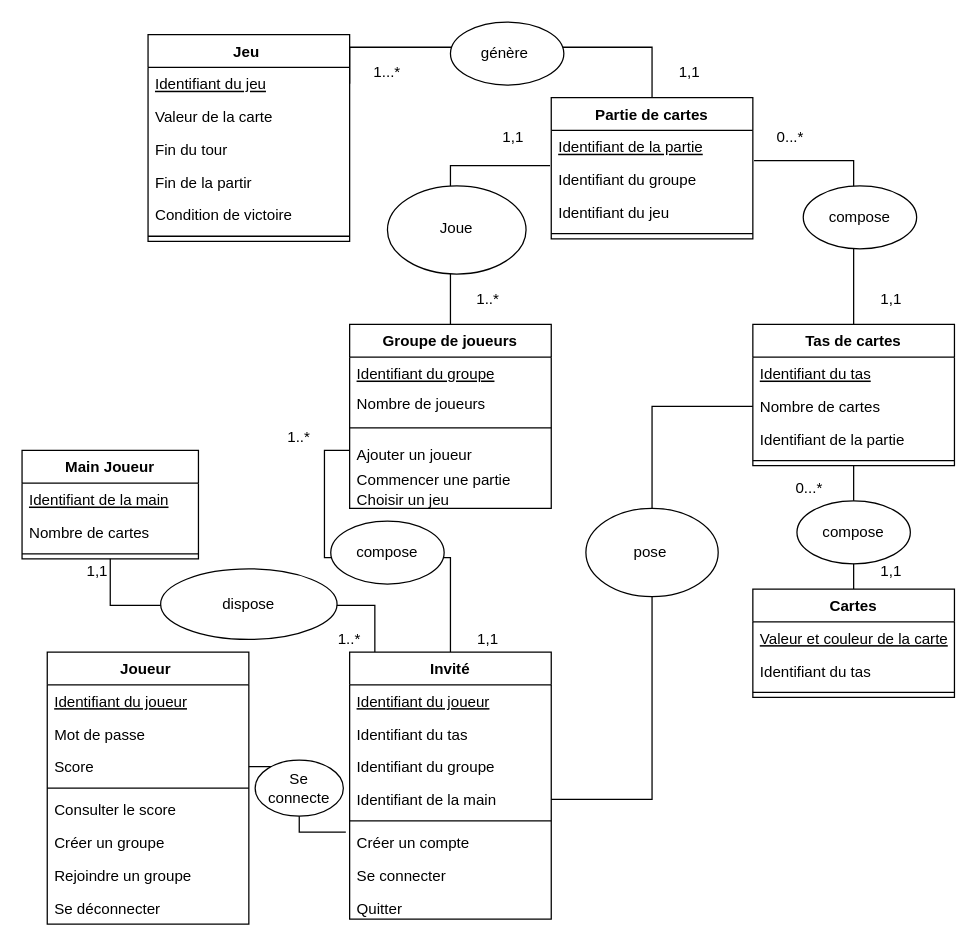
This is Diagrams/MCD.drawio from MailineN/ProjetInfo2A, a draw.io file, before an edit. Source tidied: cells renumbered, new cells numbered last; positions are measured from the earlier drawing's top-left corner, leaving out a move shared by most shapes. Both pictures are drawn from the tidied source at 126%, with x=0, y=0 at pixel (21, 21).
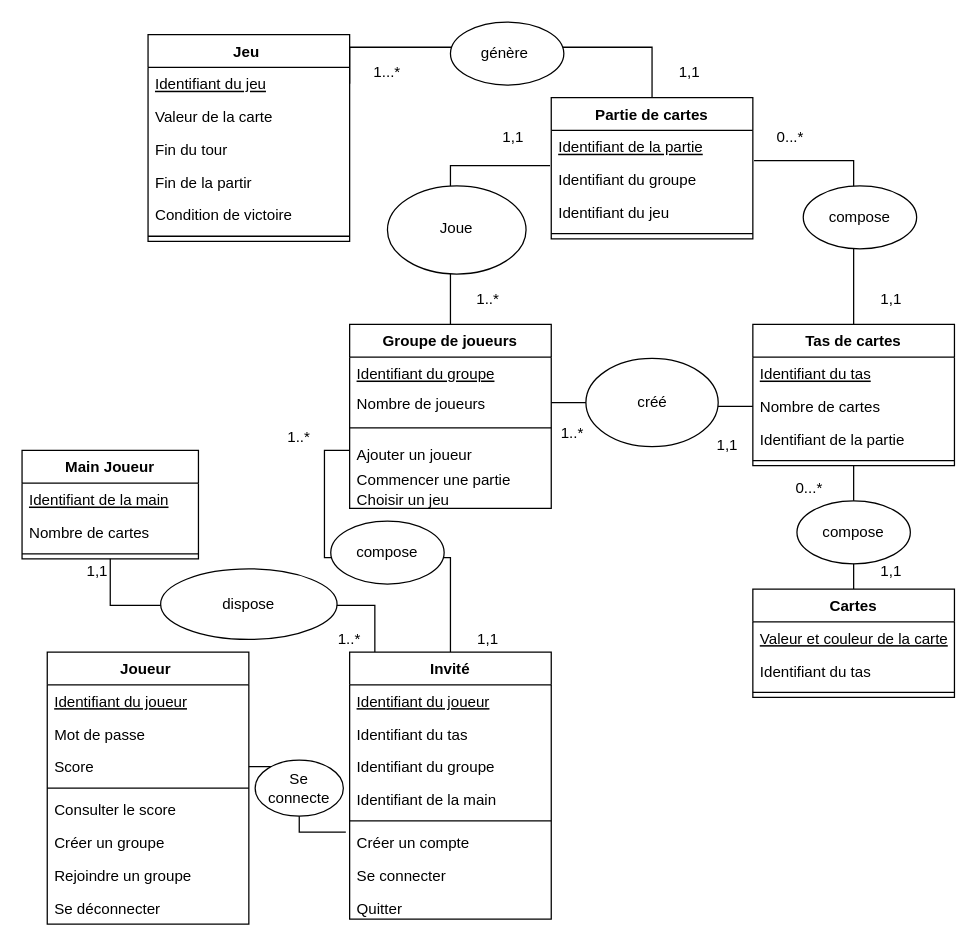
Above is the later version.

Unchanged cells that the change refers to:
```xml
<mxCell id="20" value="Nombre de joueurs" style="text;strokeColor=none;fillColor=none;align=left;verticalAlign=top;spacingLeft=4;spacingRight=4;overflow=hidden;points=[[0,0.5],[1,0.5]];portConstraint=eastwest;fontStyle=0;" parent="18" vertex="1">
  <mxGeometry y="50" width="160" height="24" as="geometry" />
</mxCell>
<mxCell id="27" value="Nombre de cartes" style="text;strokeColor=none;fillColor=none;align=left;verticalAlign=top;spacingLeft=4;spacingRight=4;overflow=hidden;points=[[0,0.5],[1,0.5]];portConstraint=eastwest;" parent="25" vertex="1">
  <mxGeometry y="52" width="160" height="26" as="geometry" />
</mxCell>
<mxCell id="54" value="Identifiant de la main" style="text;strokeColor=none;fillColor=none;align=left;verticalAlign=top;spacingLeft=4;spacingRight=4;overflow=hidden;points=[[0,0.5],[1,0.5]];portConstraint=eastwest;fontStyle=0;" parent="50" vertex="1">
  <mxGeometry y="104" width="160" height="26" as="geometry" />
</mxCell>
```

What changed in the source:
```diff
@@
-    <mxCell id="7" style="edgeStyle=orthogonalEdgeStyle;rounded=0;jettySize=auto;html=1;exitX=1;exitY=0.5;exitDx=0;exitDy=0;entryX=0;entryY=0.5;entryDx=0;entryDy=0;endArrow=none;endFill=0;endSize=9;strokeWidth=1;fontSize=21;" parent="1" edge="1" source="54" target="27">
-      <mxGeometry relative="1" as="geometry" />
+    <mxCell id="7" style="edgeStyle=orthogonalEdgeStyle;rounded=0;jettySize=auto;html=1;exitX=1;exitY=0.5;exitDx=0;exitDy=0;entryX=0;entryY=0.5;entryDx=0;entryDy=0;endArrow=none;endFill=0;endSize=9;strokeWidth=1;fontSize=21;" parent="1" edge="1" source="20" target="27">
+      <mxGeometry relative="1" as="geometry">
+        <Array as="points">
+          <mxPoint x="500" y="302" />
+          <mxPoint x="500" y="305" />
+        </Array>
+      </mxGeometry>
     </mxCell>
@@
-    <mxCell id="79" value="pose&amp;nbsp;" style="ellipse;whiteSpace=wrap;html=1;" parent="1" vertex="1">
-      <mxGeometry x="447.5" y="386" width="105" height="70" as="geometry" />
+    <mxCell id="79" value="créé" style="ellipse;whiteSpace=wrap;html=1;" parent="1" vertex="1">
+      <mxGeometry x="447.5" y="267" width="105" height="70" as="geometry" />
     </mxCell>
@@
+    <mxCell id="83" value="1,1" style="text;html=1;strokeColor=none;fillColor=none;align=center;verticalAlign=middle;whiteSpace=wrap;rounded=0;fontSize=12;" parent="1" vertex="1">
+      <mxGeometry x="540" y="326" width="40" height="20" as="geometry" />
+    </mxCell>
+    <mxCell id="84" value="1..*" style="text;html=1;strokeColor=none;fillColor=none;align=center;verticalAlign=middle;whiteSpace=wrap;rounded=0;fontSize=12;" parent="1" vertex="1">
+      <mxGeometry x="417" y="317" width="40" height="20" as="geometry" />
+    </mxCell>
```
